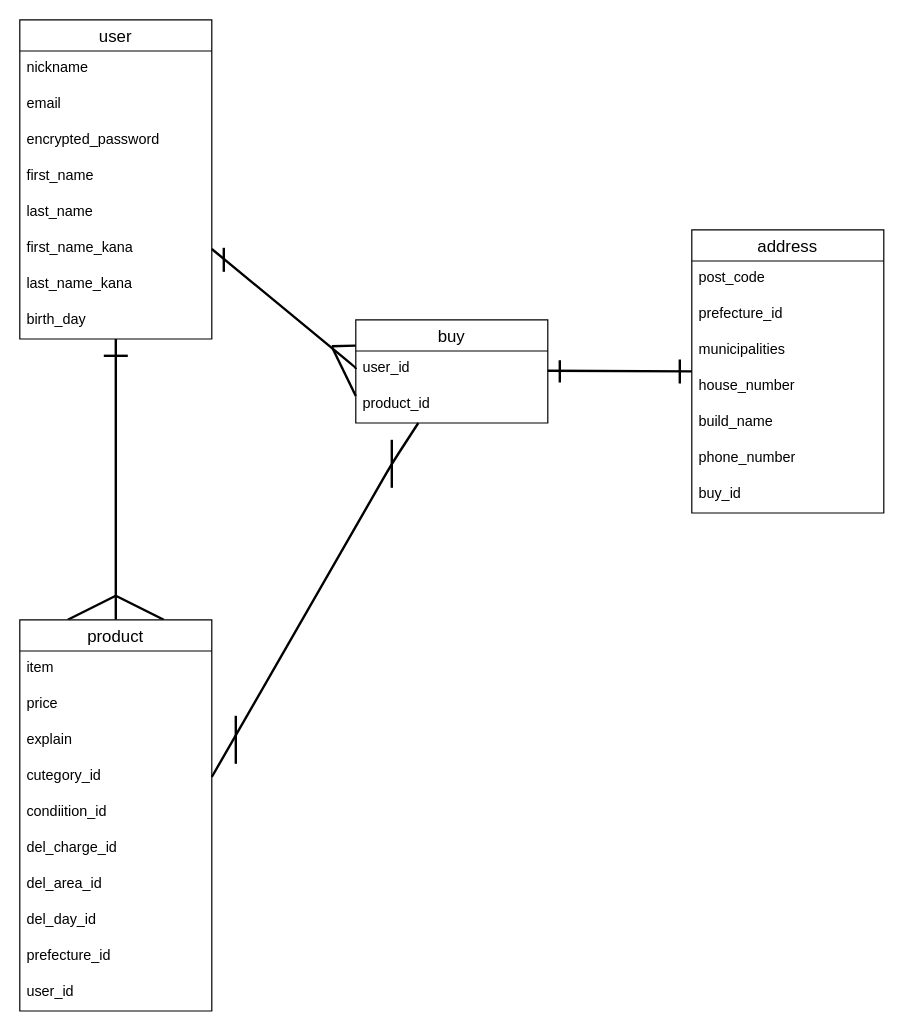
asamoto1983/furima-38269 keeps this draw.io diagram as ER.dio. Above is the earlier version. Source tidied: cells renumbered, new cells numbered last; positions are measured from the earlier drawing's top-left corner, leaving out a move shared by most shapes. Both pictures are drawn from the tidied source at 120%, with x=0, y=0 at pixel (19, 19).
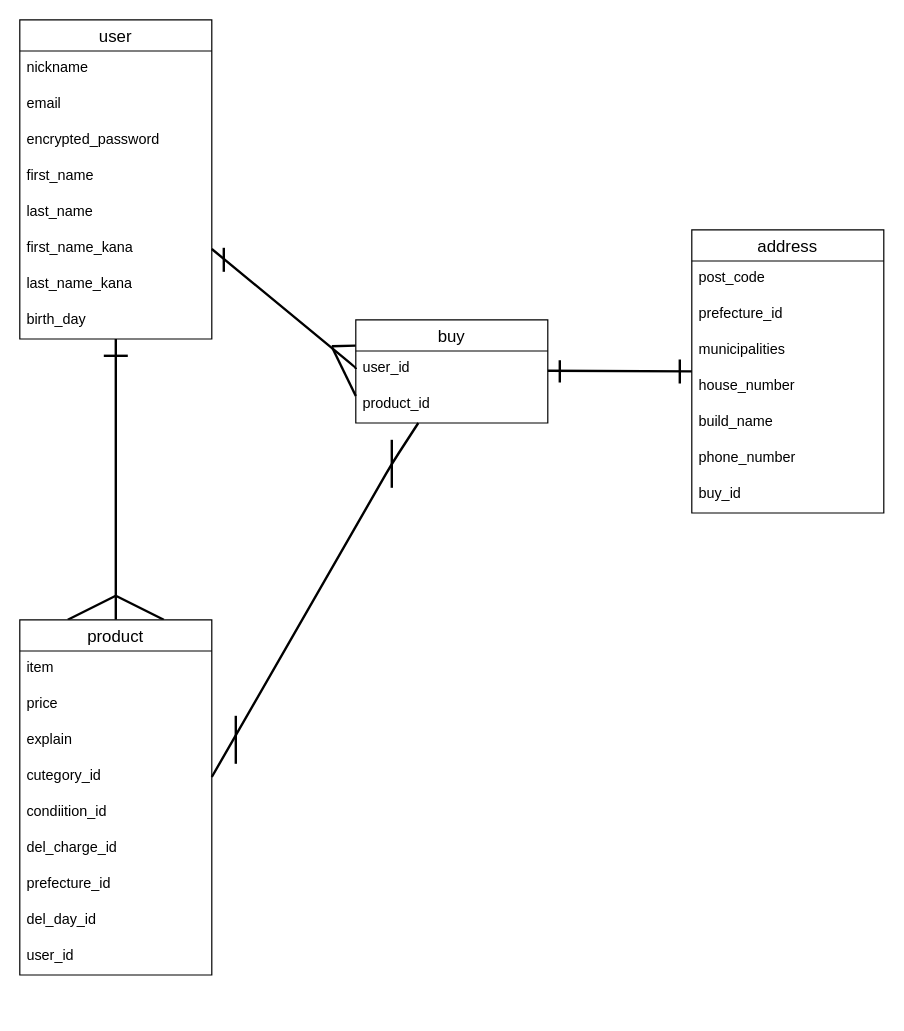
The same page after the edit.

Diff of the diagram source:
```diff
@@
     <mxCell id="14" value="product" style="swimlane;fontStyle=0;horizontal=1;startSize=26;align=center;fontSize=14;" parent="1" vertex="1">
-      <mxGeometry y="500" width="160" height="326" as="geometry" />
+      <mxGeometry y="500" width="160" height="296" as="geometry" />
     </mxCell>
@@
-    <mxCell id="21" value="del_area_id" style="text;strokeColor=none;fillColor=none;spacingLeft=4;spacingRight=4;overflow=hidden;fontSize=12;" parent="14" vertex="1">
-      <mxGeometry y="206" width="160" height="30" as="geometry" />
-    </mxCell>
+    <mxCell id="23" value="prefecture_id" style="text;strokeColor=none;fillColor=none;spacingLeft=4;spacingRight=4;overflow=hidden;fontSize=12;" parent="14" vertex="1">
+      <mxGeometry y="206" width="160" height="30" as="geometry" />
+    </mxCell>
@@
-    <mxCell id="23" value="prefecture_id" style="text;strokeColor=none;fillColor=none;spacingLeft=4;spacingRight=4;overflow=hidden;fontSize=12;" parent="14" vertex="1">
-      <mxGeometry y="266" width="160" height="30" as="geometry" />
-    </mxCell>
     <mxCell id="24" value="user_id" style="text;strokeColor=none;fillColor=none;spacingLeft=4;spacingRight=4;overflow=hidden;fontSize=12;" parent="14" vertex="1">
-      <mxGeometry y="296" width="160" height="30" as="geometry" />
+      <mxGeometry y="266" width="160" height="30" as="geometry" />
     </mxCell>
```
